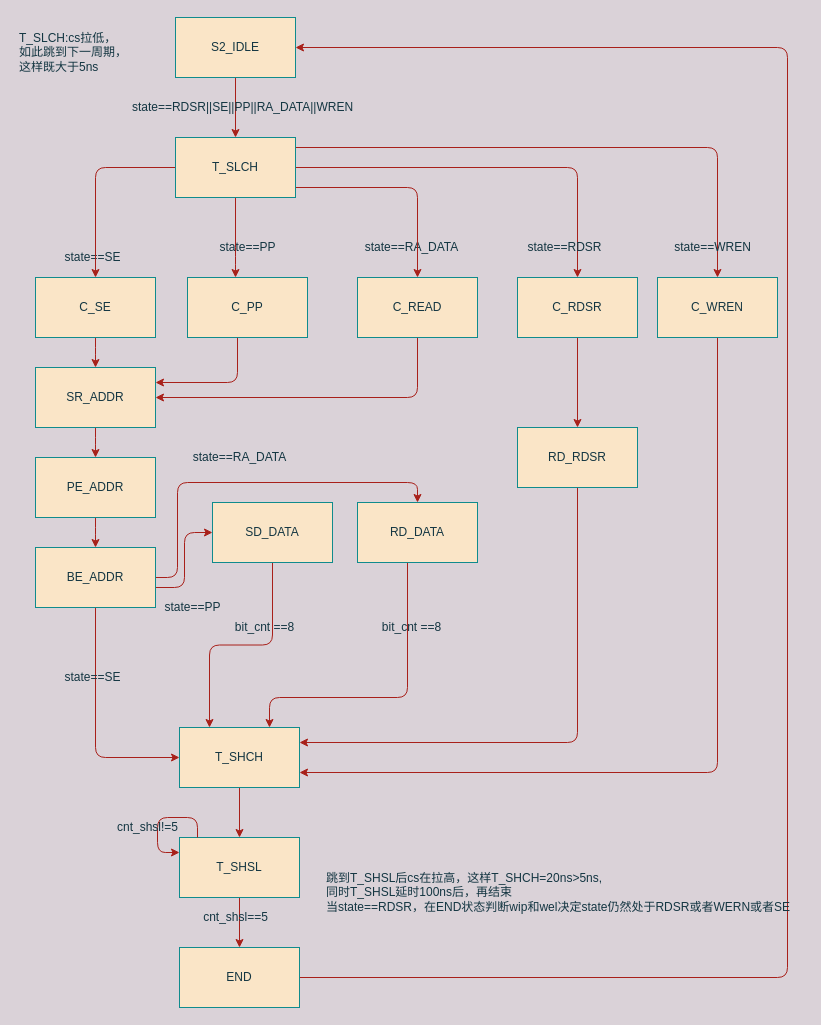
Before: cmd sstate.drawio in wu-bai-guo/spi_flash, a draw.io diagram. Source tidied: cells renumbered, new cells numbered last; positions are measured from the earlier drawing's top-left corner, leaving out a move shared by most shapes. Both pictures are drawn from the tidied source at 100%, with x=0, y=0 at pixel (17, 17).
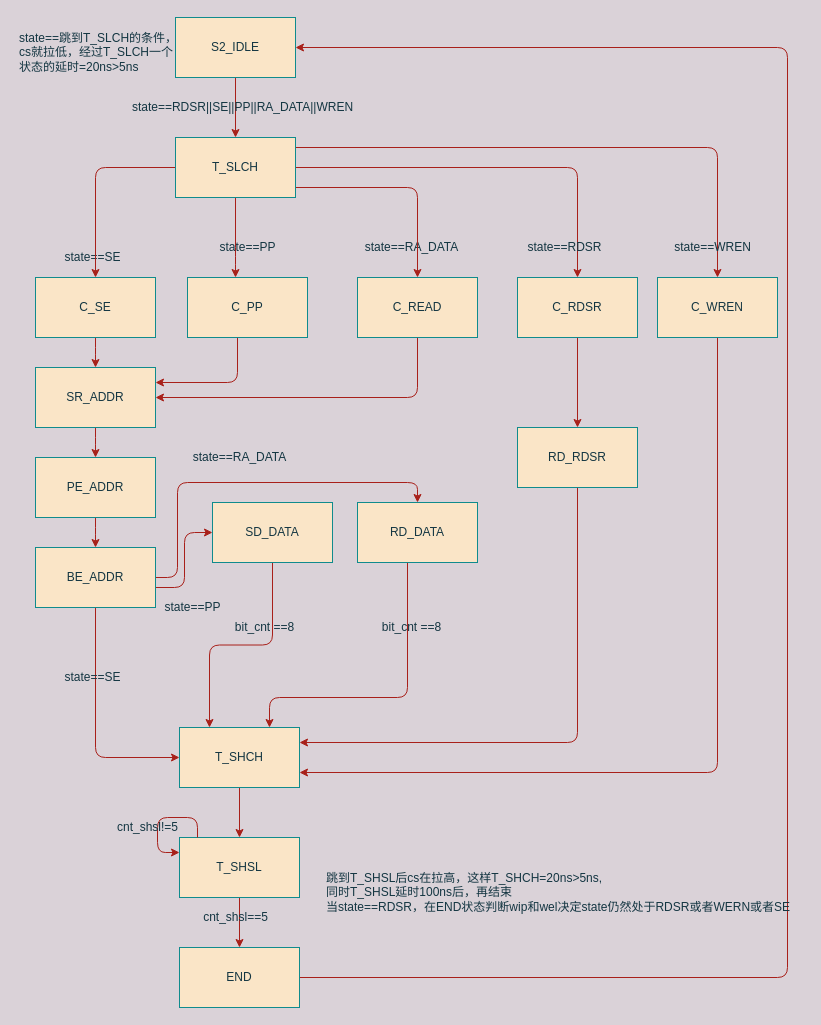
Above is the later version.

What changed in the source:
```diff
@@
-    <mxCell id="46" value="&lt;div align=&quot;left&quot;&gt;T_SLCH:cs拉低，&lt;/div&gt;&lt;div align=&quot;left&quot;&gt;如此跳到下一周期，&lt;/div&gt;&lt;div align=&quot;left&quot;&gt;这样既大于5ns&lt;br&gt;&lt;/div&gt;" style="text;html=1;align=left;verticalAlign=middle;fontColor=#143642;" parent="1" vertex="1">
-      <mxGeometry y="10" width="120" height="50" as="geometry" />
+    <mxCell id="46" value="&lt;div align=&quot;left&quot;&gt;state==跳到T_SLCH的条件，&lt;br&gt;&lt;/div&gt;&lt;div align=&quot;left&quot;&gt;cs就拉低，经过T_SLCH一个&lt;/div&gt;&lt;div align=&quot;left&quot;&gt;状态的延时=20ns&amp;gt;5ns&lt;br&gt;&lt;/div&gt;" style="text;html=1;align=left;verticalAlign=middle;fontColor=#143642;" parent="1" vertex="1">
+      <mxGeometry y="10" width="170" height="50" as="geometry" />
     </mxCell>
```
